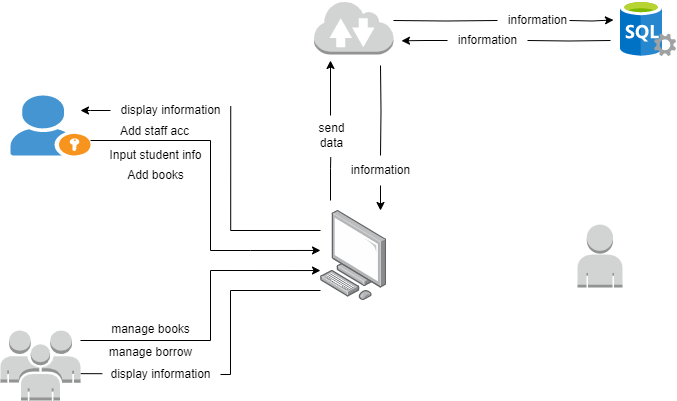
Earlier version of the draw.io export operational_f.png (Jayrou12345/Flowchart). Source tidied: cells renumbered, new cells last; positions are measured from the earlier drawing's top-left corner, leaving out a move shared by most shapes.
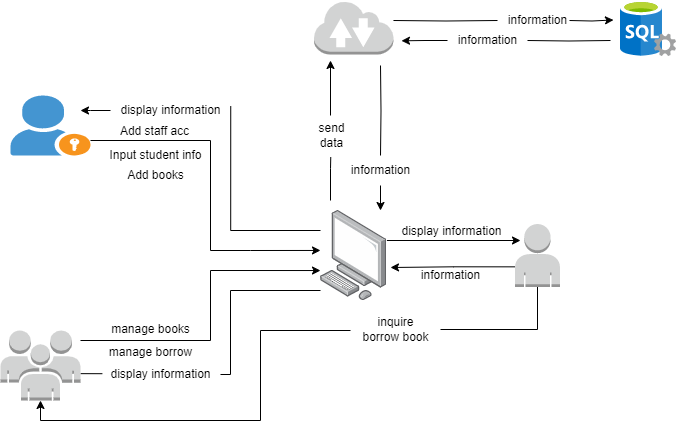
The same file after the commit.

What changed in the source:
```diff
@@ -53,6 +53,14 @@
         </Array>
       </mxGeometry>
     </mxCell>
+    <mxCell id="33" style="edgeStyle=orthogonalEdgeStyle;rounded=0;jettySize=auto;html=1;" parent="1" edge="1" source="10">
+      <mxGeometry relative="1" as="geometry">
+        <mxPoint x="520" y="240" as="targetPoint" />
+        <Array as="points">
+          <mxPoint x="520" y="240" />
+        </Array>
+      </mxGeometry>
+    </mxCell>
     <mxCell id="10" style="image;points=[];html=1;align=center;shadow=0;dashed=0;image=img/lib/allied_telesis/computer_and_terminals/Personal_Computer.svg;backgroundOutline=0;" parent="1" vertex="1">
       <mxGeometry x="320" y="210" width="66.4" height="90" as="geometry" />
     </mxCell>
@@ -144,8 +152,37 @@
     <mxCell id="31" value="information" style="text;html=1;align=center;verticalAlign=middle;points=[];strokeColor=none;fillColor=none;" parent="1" vertex="1">
       <mxGeometry x="447" y="25" width="80" height="30" as="geometry" />
     </mxCell>
+    <mxCell id="34" style="edgeStyle=orthogonalEdgeStyle;rounded=0;jettySize=auto;html=1;exitX=0;exitY=0.68;exitDx=0;exitDy=0;exitPerimeter=0;" parent="1" edge="1" source="32">
+      <mxGeometry relative="1" as="geometry">
+        <mxPoint x="390" y="267" as="targetPoint" />
+        <Array as="points">
+          <mxPoint x="453" y="266" />
+        </Array>
+      </mxGeometry>
+    </mxCell>
+    <mxCell id="35" style="edgeStyle=orthogonalEdgeStyle;rounded=0;jettySize=auto;html=1;entryX=0.5;entryY=1;entryDx=0;entryDy=0;entryPerimeter=0;" parent="1" edge="1" source="39" target="6">
+      <mxGeometry relative="1" as="geometry">
+        <Array as="points">
+          <mxPoint x="260" y="330" />
+          <mxPoint x="260" y="420" />
+          <mxPoint x="40" y="420" />
+        </Array>
+      </mxGeometry>
+    </mxCell>
     <mxCell id="32" style="outlineConnect=0;dashed=0;verticalLabelPosition=bottom;verticalAlign=top;align=center;html=1;shape=mxgraph.aws3.user;fillColor=#D2D3D3;gradientColor=none;" parent="1" vertex="1">
-      <mxGeometry x="577" y="224" width="45" height="63" as="geometry" />
+      <mxGeometry x="514.5" y="223.5" width="45" height="63" as="geometry" />
     </mxCell>
+    <mxCell id="36" value="display information" style="text;html=1;align=center;verticalAlign=middle;strokeColor=none;fillColor=none;" parent="1" vertex="1">
+      <mxGeometry x="391" y="216" width="120" height="30" as="geometry" />
+    </mxCell>
+    <mxCell id="37" value="information" style="text;html=1;align=center;verticalAlign=middle;strokeColor=none;fillColor=none;" parent="1" vertex="1">
+      <mxGeometry x="410" y="260" width="80" height="30" as="geometry" />
+    </mxCell>
+    <mxCell id="38" style="edgeStyle=orthogonalEdgeStyle;rounded=0;jettySize=auto;html=1;entryX=0.5;entryY=1;entryDx=0;entryDy=0;entryPerimeter=0;endArrow=none;endFill=0;" parent="1" edge="1" source="39" target="32">
+      <mxGeometry relative="1" as="geometry" />
+    </mxCell>
+    <mxCell id="39" value="inquire&lt;br&gt;borrow book" style="text;html=1;align=center;verticalAlign=middle;points=[];strokeColor=none;fillColor=none;" parent="1" vertex="1">
+      <mxGeometry x="350" y="309" width="90" height="40" as="geometry" />
+    </mxCell>
   </root>
 </mxGraphModel>
```
